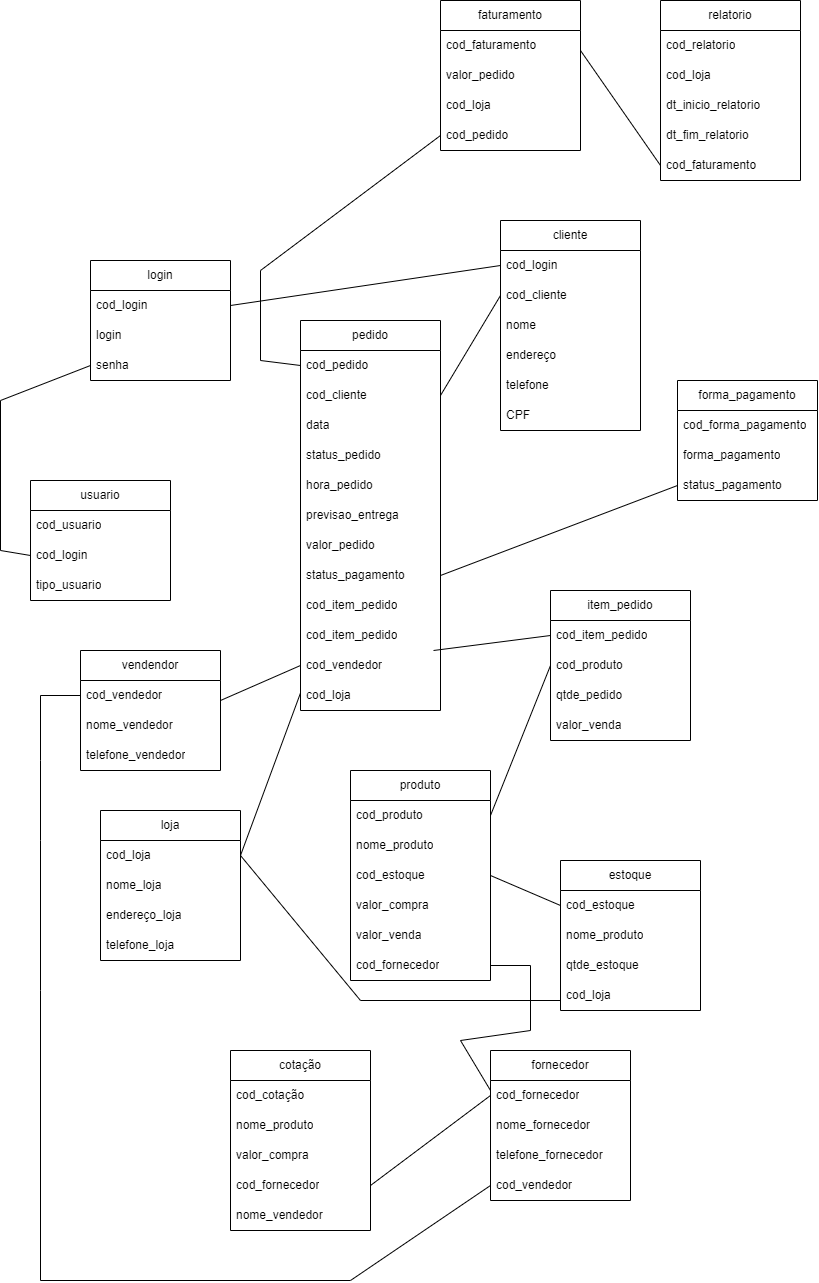
This is ze_delivery.png from upthiago/banco_de_dados, a draw.io export, as it was before one commit. Source tidied: cells renumbered, new cells last; positions are measured from the earlier drawing's top-left corner, leaving out a move shared by most shapes.
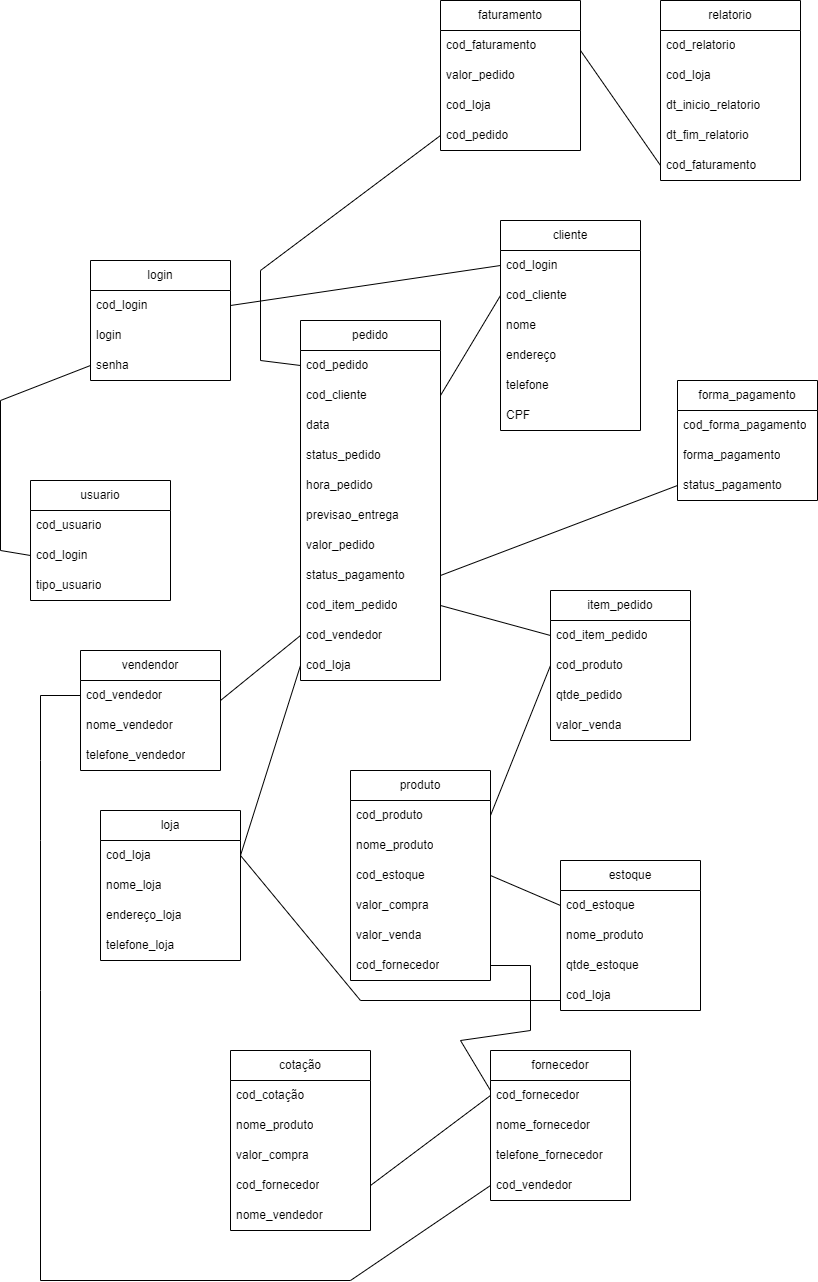
Later version of the same file.

Diff of the diagram source:
```diff
@@ -24,7 +24,7 @@
       <mxGeometry y="180" width="140" height="30" as="geometry" />
     </mxCell>
     <mxCell id="9" value="pedido" style="swimlane;fontStyle=0;horizontal=1;startSize=30;whiteSpace=wrap;html=1;" parent="1" vertex="1">
-      <mxGeometry x="300" y="320" width="140" height="390" as="geometry" />
+      <mxGeometry x="300" y="320" width="140" height="360" as="geometry" />
     </mxCell>
     <mxCell id="10" value="cod_pedido" style="text;strokeColor=none;fillColor=none;align=left;verticalAlign=middle;spacingLeft=4;spacingRight=4;overflow=hidden;points=[[0,0.5],[1,0.5]];portConstraint=eastwest;whiteSpace=wrap;html=1;" parent="9" vertex="1">
       <mxGeometry y="30" width="140" height="30" as="geometry" />
@@ -50,17 +50,14 @@
     <mxCell id="17" value="status_pagamento" style="text;strokeColor=none;fillColor=none;align=left;verticalAlign=middle;spacingLeft=4;spacingRight=4;overflow=hidden;points=[[0,0.5],[1,0.5]];portConstraint=eastwest;whiteSpace=wrap;html=1;" parent="9" vertex="1">
       <mxGeometry y="240" width="140" height="30" as="geometry" />
     </mxCell>
-    <mxCell id="18" value="cod_item_pedido" style="text;strokeColor=none;fillColor=none;align=left;verticalAlign=middle;spacingLeft=4;spacingRight=4;overflow=hidden;whiteSpace=wrap;html=1;" parent="9" vertex="1">
-      <mxGeometry y="270" width="140" height="30" as="geometry" />
-    </mxCell>
     <mxCell id="19" value="cod_item_pedido" style="text;strokeColor=none;fillColor=none;align=left;verticalAlign=middle;spacingLeft=4;spacingRight=4;overflow=hidden;whiteSpace=wrap;html=1;" parent="9" vertex="1">
-      <mxGeometry y="300" width="140" height="30" as="geometry" />
+      <mxGeometry y="270" width="140" height="30" as="geometry" />
     </mxCell>
     <mxCell id="20" value="cod_vendedor" style="text;strokeColor=none;fillColor=none;align=left;verticalAlign=middle;spacingLeft=4;spacingRight=4;overflow=hidden;points=[[0,0.5],[1,0.5]];portConstraint=eastwest;whiteSpace=wrap;html=1;" parent="9" vertex="1">
-      <mxGeometry y="330" width="140" height="30" as="geometry" />
+      <mxGeometry y="300" width="140" height="30" as="geometry" />
     </mxCell>
     <mxCell id="21" value="cod_loja" style="text;strokeColor=none;fillColor=none;align=left;verticalAlign=middle;spacingLeft=4;spacingRight=4;overflow=hidden;points=[[0,0.5],[1,0.5]];portConstraint=eastwest;whiteSpace=wrap;html=1;" parent="9" vertex="1">
-      <mxGeometry y="360" width="140" height="30" as="geometry" />
+      <mxGeometry y="330" width="140" height="30" as="geometry" />
     </mxCell>
     <mxCell id="22" value="login" style="swimlane;fontStyle=0;horizontal=1;startSize=30;whiteSpace=wrap;html=1;" parent="1" vertex="1">
       <mxGeometry x="90" y="260" width="140" height="120" as="geometry" />
@@ -245,9 +242,9 @@
     <mxCell id="80" style="endArrow=none;html=1;rounded=0;entryX=0;entryY=0.5;entryDx=0;entryDy=0;exitX=1;exitY=0.5;exitDx=0;exitDy=0;" parent="1" edge="1" source="17" target="59">
       <mxGeometry relative="1" as="geometry" />
     </mxCell>
-    <mxCell id="81" style="endArrow=none;html=1;rounded=0;entryX=0;entryY=0.5;entryDx=0;entryDy=0;exitX=1;exitY=0.5;exitDx=0;exitDy=0;" parent="1" edge="1" target="27">
+    <mxCell id="81" style="endArrow=none;html=1;rounded=0;entryX=0;entryY=0.5;entryDx=0;entryDy=0;" parent="1" edge="1" target="27">
       <mxGeometry relative="1" as="geometry">
-        <mxPoint x="433" y="650" as="sourcePoint" />
+        <mxPoint x="440" y="605" as="sourcePoint" />
       </mxGeometry>
     </mxCell>
     <mxCell id="82" style="endArrow=none;html=1;rounded=0;entryX=0;entryY=0.5;entryDx=0;entryDy=0;" parent="1" edge="1" target="20">
@@ -258,10 +255,8 @@
     <mxCell id="83" style="endArrow=none;html=1;rounded=0;entryX=0;entryY=0.5;entryDx=0;entryDy=0;exitX=1;exitY=0.5;exitDx=0;exitDy=0;" parent="1" edge="1" source="34" target="44">
       <mxGeometry relative="1" as="geometry" />
     </mxCell>
-    <mxCell id="84" style="endArrow=none;html=1;rounded=0;entryX=0;entryY=0.5;entryDx=0;entryDy=0;exitX=1;exitY=0.5;exitDx=0;exitDy=0;" parent="1" edge="1" source="61">
-      <mxGeometry relative="1" as="geometry">
-        <mxPoint x="300" y="692.5" as="targetPoint" />
-      </mxGeometry>
+    <mxCell id="84" style="endArrow=none;html=1;rounded=0;entryX=0;entryY=0.5;entryDx=0;entryDy=0;exitX=1;exitY=0.5;exitDx=0;exitDy=0;" parent="1" edge="1" source="61" target="21">
+      <mxGeometry relative="1" as="geometry" />
     </mxCell>
     <mxCell id="85" value="cotação" style="swimlane;fontStyle=0;horizontal=1;startSize=30;whiteSpace=wrap;html=1;" parent="1" vertex="1">
       <mxGeometry x="230" y="1050" width="140" height="180" as="geometry" />
```
